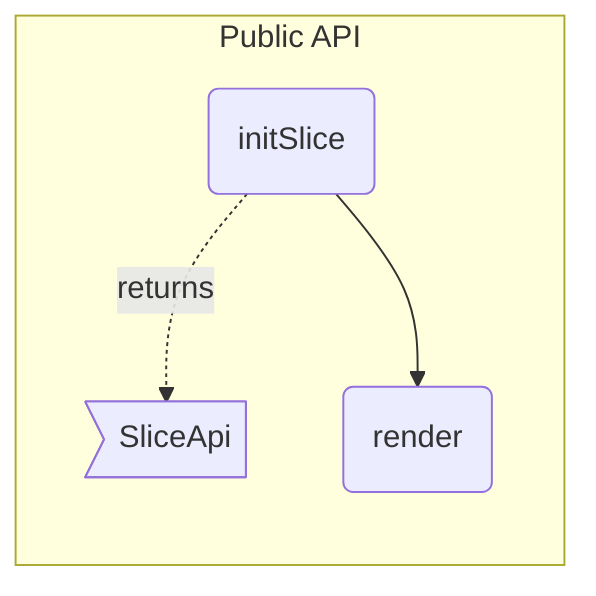
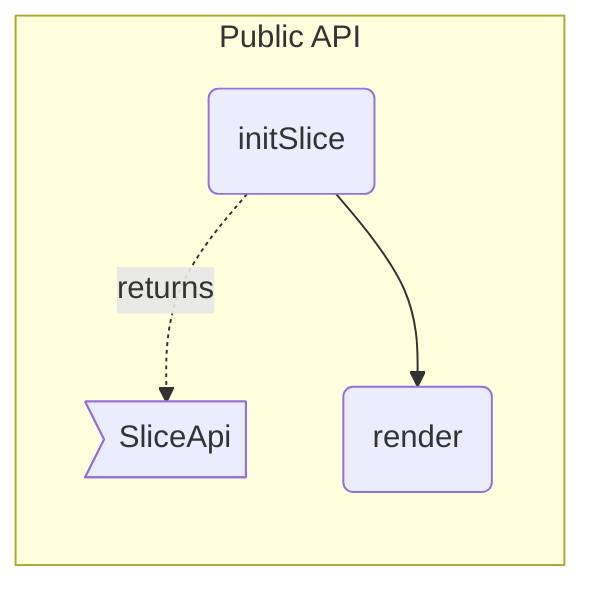
flowchart LR
%% root slice

%% src SliceApi src/panel/slice.ts#SliceApi
%% kind SliceApi type
%% fm:meta SliceApi name=SliceApi
- %% fm:meta SliceApi desc=public surface: render
+ %% fm:meta SliceApi desc=public surface: render, sliceFor

%% src initSlice src/panel/slice.ts#initSlice
%% kind initSlice function
%% fm:meta initSlice name=initSlice
- %% fm:meta initSlice desc=build the neighbourhood-slice panel and its Copy button, bound to ctx and the mermaid serializer
+ %% fm:meta initSlice desc=build the legacy slice pane chrome and expose the one slice-serialisation path: sliceFor(ids) computes the neighbourhood slice text + info label (empty ids = full diagram), and the legacy pane's render() delegates to it with the editor selection
%% fm:meta initSlice i0.name=initSlice
%% fm:meta initSlice i0.accepts=ctx: AppContext
%% fm:meta initSlice i0.accepts=deps: { mermaid: MermaidApi }
%% fm:meta initSlice i0.returns=SliceApi

%% src renderSlice src/panel/slice.ts#render
%% kind renderSlice function
%% fm:meta renderSlice name=render
%% fm:meta renderSlice desc=show a self-contained mmd of the selected node's neighbourhood (children, parents, siblings, boundary stubs) or the whole diagram
%% fm:meta renderSlice i0.name=render
%% fm:meta renderSlice i0.returns=void

%% parent s_api slice

  subgraph s_api ["Public API"]
    initSlice("initSlice")
    SliceApi>"SliceApi"]
    renderSlice("render")
  end

  initSlice -.->|returns| SliceApi
  initSlice --> renderSlice
